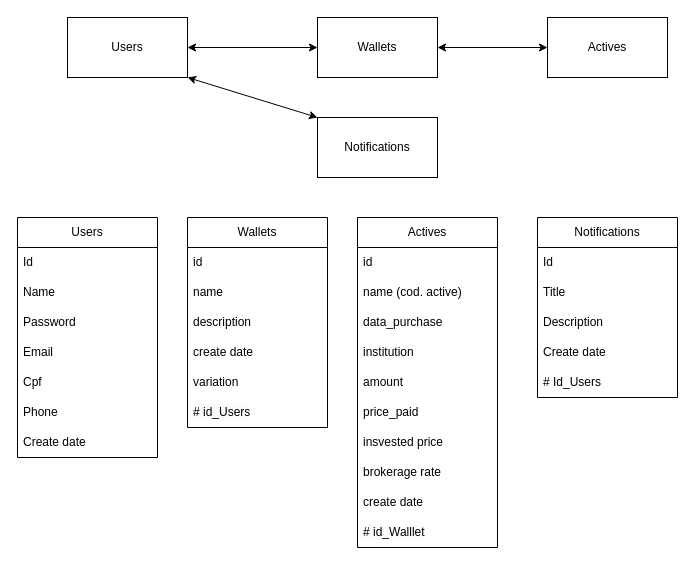
This is backend/table.drawio from robsonvasquez/Carteira_de_Invertimento, a draw.io file, before an edit. Source tidied: cells renumbered, new cells numbered last; positions are measured from the earlier drawing's top-left corner, leaving out a move shared by most shapes. Both pictures are drawn from the tidied source at 100%, with x=0, y=0 at pixel (17, 17).
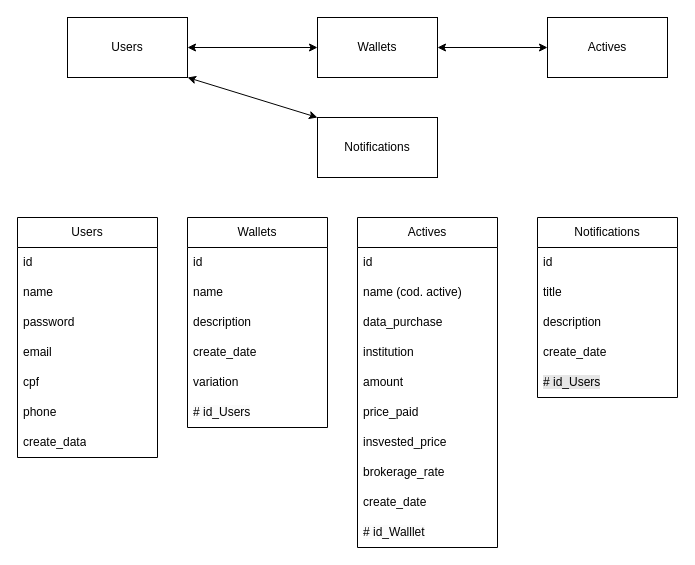
Above is the later version.

The change refers to these unchanged cells:
```xml
<mxCell id="9" value="Users" style="swimlane;fontStyle=0;horizontal=1;startSize=30;whiteSpace=wrap;html=1;" parent="1" vertex="1">
  <mxGeometry y="200" width="140" height="240" as="geometry" />
</mxCell>
<mxCell id="17" value="Wallets" style="swimlane;fontStyle=0;horizontal=1;startSize=30;whiteSpace=wrap;html=1;" parent="1" vertex="1">
  <mxGeometry x="170" y="200" width="140" height="210" as="geometry" />
</mxCell>
<mxCell id="24" value="Actives" style="swimlane;fontStyle=0;horizontal=1;startSize=30;whiteSpace=wrap;html=1;" parent="1" vertex="1">
  <mxGeometry x="340" y="200" width="140" height="330" as="geometry" />
</mxCell>
<mxCell id="35" value="Notifications" style="swimlane;fontStyle=0;horizontal=1;startSize=30;whiteSpace=wrap;html=1;" parent="1" vertex="1">
  <mxGeometry x="520" y="200" width="140" height="180" as="geometry" />
</mxCell>
```

What changed in the source:
```diff
@@
-    <mxCell id="10" value="Id" style="text;strokeColor=none;fillColor=none;align=left;verticalAlign=middle;spacingLeft=4;spacingRight=4;overflow=hidden;whiteSpace=wrap;html=1;" parent="9" vertex="1">
+    <mxCell id="10" value="id" style="text;strokeColor=none;fillColor=none;align=left;verticalAlign=middle;spacingLeft=4;spacingRight=4;overflow=hidden;whiteSpace=wrap;html=1;" parent="9" vertex="1">
       <mxGeometry y="30" width="140" height="30" as="geometry" />
     </mxCell>
-    <mxCell id="11" value="Name" style="text;strokeColor=none;fillColor=none;align=left;verticalAlign=middle;spacingLeft=4;spacingRight=4;overflow=hidden;whiteSpace=wrap;html=1;" parent="9" vertex="1">
+    <mxCell id="11" value="name" style="text;strokeColor=none;fillColor=none;align=left;verticalAlign=middle;spacingLeft=4;spacingRight=4;overflow=hidden;whiteSpace=wrap;html=1;" parent="9" vertex="1">
       <mxGeometry y="60" width="140" height="30" as="geometry" />
     </mxCell>
-    <mxCell id="12" value="Password" style="text;strokeColor=none;fillColor=none;align=left;verticalAlign=middle;spacingLeft=4;spacingRight=4;overflow=hidden;whiteSpace=wrap;html=1;" parent="9" vertex="1">
+    <mxCell id="12" value="password" style="text;strokeColor=none;fillColor=none;align=left;verticalAlign=middle;spacingLeft=4;spacingRight=4;overflow=hidden;whiteSpace=wrap;html=1;" parent="9" vertex="1">
       <mxGeometry y="90" width="140" height="30" as="geometry" />
     </mxCell>
-    <mxCell id="13" value="Email" style="text;strokeColor=none;fillColor=none;align=left;verticalAlign=middle;spacingLeft=4;spacingRight=4;overflow=hidden;whiteSpace=wrap;html=1;" parent="9" vertex="1">
+    <mxCell id="13" value="email" style="text;strokeColor=none;fillColor=none;align=left;verticalAlign=middle;spacingLeft=4;spacingRight=4;overflow=hidden;whiteSpace=wrap;html=1;" parent="9" vertex="1">
       <mxGeometry y="120" width="140" height="30" as="geometry" />
     </mxCell>
-    <mxCell id="14" value="Cpf" style="text;strokeColor=none;fillColor=none;align=left;verticalAlign=middle;spacingLeft=4;spacingRight=4;overflow=hidden;whiteSpace=wrap;html=1;" parent="9" vertex="1">
+    <mxCell id="14" value="cpf" style="text;strokeColor=none;fillColor=none;align=left;verticalAlign=middle;spacingLeft=4;spacingRight=4;overflow=hidden;whiteSpace=wrap;html=1;" parent="9" vertex="1">
       <mxGeometry y="150" width="140" height="30" as="geometry" />
     </mxCell>
-    <mxCell id="15" value="Phone" style="text;strokeColor=none;fillColor=none;align=left;verticalAlign=middle;spacingLeft=4;spacingRight=4;overflow=hidden;whiteSpace=wrap;html=1;" parent="9" vertex="1">
+    <mxCell id="15" value="phone" style="text;strokeColor=none;fillColor=none;align=left;verticalAlign=middle;spacingLeft=4;spacingRight=4;overflow=hidden;whiteSpace=wrap;html=1;" parent="9" vertex="1">
       <mxGeometry y="180" width="140" height="30" as="geometry" />
     </mxCell>
-    <mxCell id="16" value="Create date" style="text;strokeColor=none;fillColor=none;align=left;verticalAlign=middle;spacingLeft=4;spacingRight=4;overflow=hidden;whiteSpace=wrap;html=1;" parent="9" vertex="1">
+    <mxCell id="16" value="create_data" style="text;strokeColor=none;fillColor=none;align=left;verticalAlign=middle;spacingLeft=4;spacingRight=4;overflow=hidden;whiteSpace=wrap;html=1;" parent="9" vertex="1">
       <mxGeometry y="210" width="140" height="30" as="geometry" />
     </mxCell>
@@
-    <mxCell id="21" value="create date" style="text;strokeColor=none;fillColor=none;align=left;verticalAlign=middle;spacingLeft=4;spacingRight=4;overflow=hidden;whiteSpace=wrap;html=1;" parent="17" vertex="1">
+    <mxCell id="21" value="create_date" style="text;strokeColor=none;fillColor=none;align=left;verticalAlign=middle;spacingLeft=4;spacingRight=4;overflow=hidden;whiteSpace=wrap;html=1;" parent="17" vertex="1">
       <mxGeometry y="120" width="140" height="30" as="geometry" />
     </mxCell>
@@
-    <mxCell id="31" value="insvested price" style="text;strokeColor=none;fillColor=none;align=left;verticalAlign=middle;spacingLeft=4;spacingRight=4;overflow=hidden;whiteSpace=wrap;html=1;" parent="24" vertex="1">
+    <mxCell id="31" value="insvested_price" style="text;strokeColor=none;fillColor=none;align=left;verticalAlign=middle;spacingLeft=4;spacingRight=4;overflow=hidden;whiteSpace=wrap;html=1;" parent="24" vertex="1">
       <mxGeometry y="210" width="140" height="30" as="geometry" />
     </mxCell>
-    <mxCell id="32" value="brokerage rate" style="text;strokeColor=none;fillColor=none;align=left;verticalAlign=middle;spacingLeft=4;spacingRight=4;overflow=hidden;whiteSpace=wrap;html=1;" parent="24" vertex="1">
+    <mxCell id="32" value="brokerage_rate" style="text;strokeColor=none;fillColor=none;align=left;verticalAlign=middle;spacingLeft=4;spacingRight=4;overflow=hidden;whiteSpace=wrap;html=1;" parent="24" vertex="1">
       <mxGeometry y="240" width="140" height="30" as="geometry" />
     </mxCell>
-    <mxCell id="33" value="create date" style="text;strokeColor=none;fillColor=none;align=left;verticalAlign=middle;spacingLeft=4;spacingRight=4;overflow=hidden;whiteSpace=wrap;html=1;" parent="24" vertex="1">
+    <mxCell id="33" value="create_date" style="text;strokeColor=none;fillColor=none;align=left;verticalAlign=middle;spacingLeft=4;spacingRight=4;overflow=hidden;whiteSpace=wrap;html=1;" parent="24" vertex="1">
       <mxGeometry y="270" width="140" height="30" as="geometry" />
     </mxCell>
@@
-    <mxCell id="36" value="Id" style="text;strokeColor=none;fillColor=none;align=left;verticalAlign=middle;spacingLeft=4;spacingRight=4;overflow=hidden;whiteSpace=wrap;html=1;" parent="35" vertex="1">
+    <mxCell id="36" value="id" style="text;strokeColor=none;fillColor=none;align=left;verticalAlign=middle;spacingLeft=4;spacingRight=4;overflow=hidden;whiteSpace=wrap;html=1;" parent="35" vertex="1">
       <mxGeometry y="30" width="140" height="30" as="geometry" />
     </mxCell>
-    <mxCell id="37" value="Title" style="text;strokeColor=none;fillColor=none;align=left;verticalAlign=middle;spacingLeft=4;spacingRight=4;overflow=hidden;whiteSpace=wrap;html=1;" parent="35" vertex="1">
+    <mxCell id="37" value="title" style="text;strokeColor=none;fillColor=none;align=left;verticalAlign=middle;spacingLeft=4;spacingRight=4;overflow=hidden;whiteSpace=wrap;html=1;" parent="35" vertex="1">
       <mxGeometry y="60" width="140" height="30" as="geometry" />
     </mxCell>
-    <mxCell id="38" value="Description" style="text;strokeColor=none;fillColor=none;align=left;verticalAlign=middle;spacingLeft=4;spacingRight=4;overflow=hidden;whiteSpace=wrap;html=1;" parent="35" vertex="1">
+    <mxCell id="38" value="description" style="text;strokeColor=none;fillColor=none;align=left;verticalAlign=middle;spacingLeft=4;spacingRight=4;overflow=hidden;whiteSpace=wrap;html=1;" parent="35" vertex="1">
       <mxGeometry y="90" width="140" height="30" as="geometry" />
     </mxCell>
-    <mxCell id="39" value="Create date" style="text;strokeColor=none;fillColor=none;align=left;verticalAlign=middle;spacingLeft=4;spacingRight=4;overflow=hidden;whiteSpace=wrap;html=1;" parent="35" vertex="1">
+    <mxCell id="39" value="create_date" style="text;strokeColor=none;fillColor=none;align=left;verticalAlign=middle;spacingLeft=4;spacingRight=4;overflow=hidden;whiteSpace=wrap;html=1;" parent="35" vertex="1">
       <mxGeometry y="120" width="140" height="30" as="geometry" />
     </mxCell>
-    <mxCell id="40" value="&lt;div&gt;# Id_Users&lt;/div&gt;" style="text;strokeColor=none;fillColor=none;align=left;verticalAlign=middle;spacingLeft=4;spacingRight=4;overflow=hidden;whiteSpace=wrap;html=1;" parent="35" vertex="1">
+    <mxCell id="40" value="&lt;div&gt;&lt;span style=&quot;background-color: rgb(230, 230, 230);&quot;&gt;&lt;font color=&quot;#000000&quot;&gt;# id_Users&lt;/font&gt;&lt;/span&gt;&lt;/div&gt;" style="text;strokeColor=none;fillColor=none;align=left;verticalAlign=middle;spacingLeft=4;spacingRight=4;overflow=hidden;whiteSpace=wrap;html=1;" parent="35" vertex="1">
       <mxGeometry y="150" width="140" height="30" as="geometry" />
     </mxCell>
```
